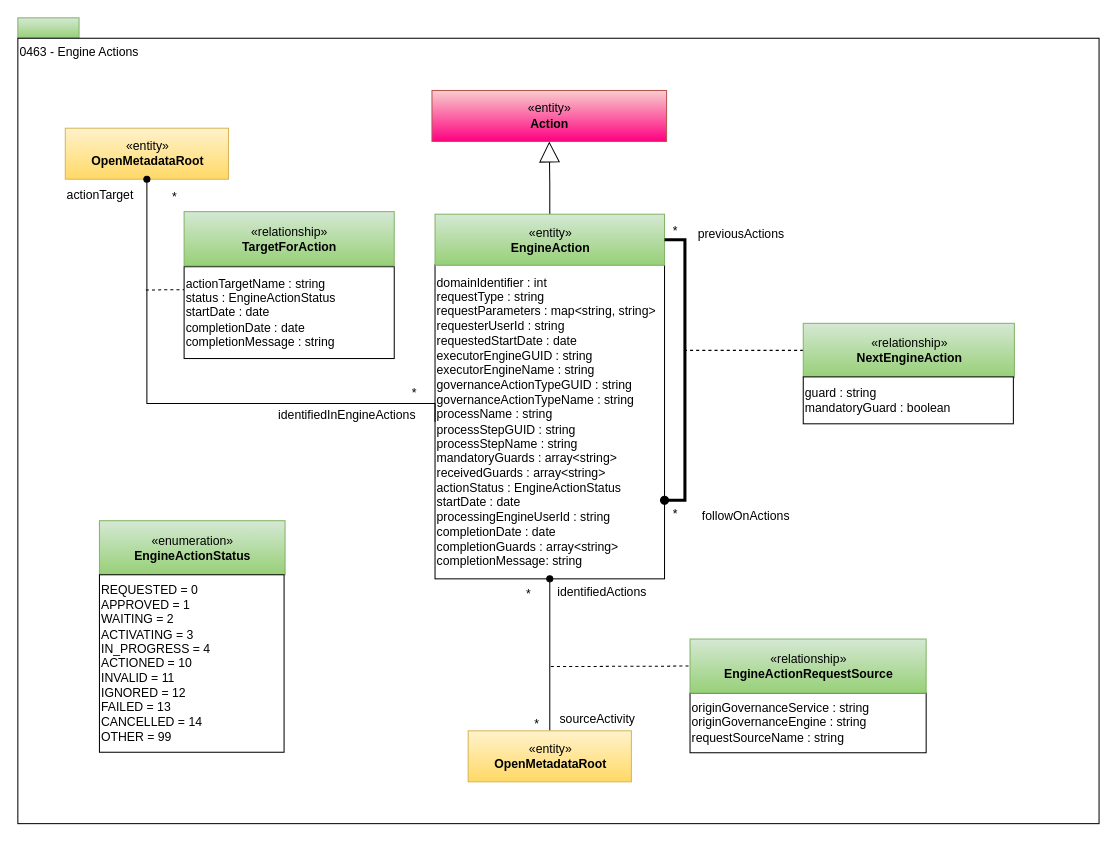
Before: page "0463-Engine-Actions" (22 of 31) of site/docs/types/4/area-4-governance.drawio in odpi/egeria-docs, a draw.io diagram. Source tidied: cells renumbered, new cells numbered last; positions are measured from the earlier drawing's top-left corner, leaving out a move shared by most shapes. Both pictures are drawn from the tidied source at 102%, with x=0, y=0 at pixel (17, 17).
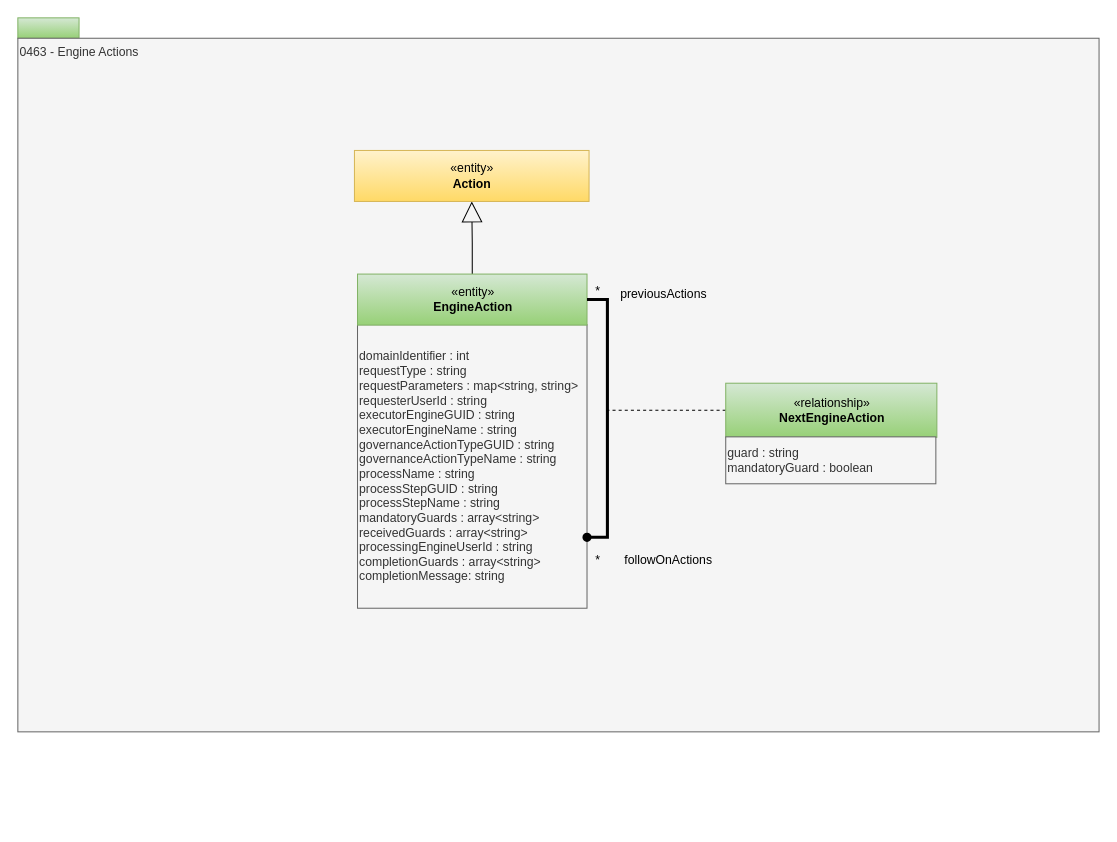
The same page after the edit.

What changed in the source:
```diff
@@
-    <mxCell id="3" value="0463 - Engine Actions" style="rounded=0;html=1;align=left;verticalAlign=top;" parent="1" vertex="1">
-      <mxGeometry y="20" width="1060" height="770" as="geometry" />
+    <mxCell id="3" value="0463 - Engine Actions" style="rounded=0;html=1;align=left;verticalAlign=top;fillColor=#f5f5f5;fontColor=#333333;strokeColor=#666666;" parent="1" vertex="1">
+      <mxGeometry y="20" width="1060" height="680" as="geometry" />
     </mxCell>
-    <mxCell id="4" value="domainIdentifier : int&lt;br&gt;requestType : string&lt;br&gt;requestParameters : map&amp;lt;string, string&amp;gt;&lt;br&gt;requesterUserId : string&lt;br&gt;requestedStartDate : date&lt;br style=&quot;border-color: var(--border-color);&quot;&gt;executorEngineGUID : string&lt;br&gt;executorEngineName : string&lt;br&gt;governanceActionTypeGUID : string&lt;br&gt;governanceActionTypeName : string&lt;br&gt;processName : string&lt;br&gt;processStepGUID : string&lt;br&gt;processStepName : string&lt;br&gt;mandatoryGuards : array&amp;lt;string&amp;gt;&lt;br&gt;receivedGuards : array&amp;lt;string&amp;gt;&lt;br&gt;&lt;span&gt;actionStatus : EngineActionStatus&lt;br&gt;&lt;/span&gt;startDate : date&lt;br&gt;processingEngineUserId : string&lt;br&gt;completionDate : date&lt;br&gt;completionGuards : array&amp;lt;string&amp;gt;&lt;br&gt;&lt;span&gt;completionMessage: string&lt;br&gt;&lt;/span&gt;" style="rounded=0;whiteSpace=wrap;html=1;strokeColor=#000000;gradientColor=#ffffff;align=left;" parent="1" vertex="1">
-      <mxGeometry x="409" y="242" width="225" height="308" as="geometry" />
+    <mxCell id="4" value="domainIdentifier : int&lt;br&gt;requestType : string&lt;br&gt;requestParameters : map&amp;lt;string, string&amp;gt;&lt;br&gt;requesterUserId : string&lt;br&gt;executorEngineGUID : string&lt;br&gt;executorEngineName : string&lt;br&gt;governanceActionTypeGUID : string&lt;br&gt;governanceActionTypeName : string&lt;br&gt;processName : string&lt;br&gt;processStepGUID : string&lt;br&gt;processStepName : string&lt;br&gt;mandatoryGuards : array&amp;lt;string&amp;gt;&lt;br&gt;receivedGuards : array&amp;lt;string&amp;gt;&lt;br&gt;processingEngineUserId : string&lt;br&gt;completionGuards : array&amp;lt;string&amp;gt;&lt;br&gt;&lt;span&gt;completionMessage: string&lt;br&gt;&lt;/span&gt;" style="rounded=0;whiteSpace=wrap;html=1;strokeColor=#666666;align=left;fillColor=#f5f5f5;fontColor=#333333;" parent="1" vertex="1">
+      <mxGeometry x="333" y="300.8" width="225" height="278" as="geometry" />
     </mxCell>
-    <mxCell id="5" style="endArrow=none;dashed=1;html=1;entryX=0;entryY=0.25;entryDx=0;entryDy=0;" parent="1" edge="1" target="7">
-      <mxGeometry relative="1" as="geometry">
-        <mxPoint x="125.5" y="266.8" as="sourcePoint" />
-      </mxGeometry>
-    </mxCell>
-    <mxCell id="6" value="*" style="text;html=1;strokeColor=none;fillColor=none;align=center;verticalAlign=middle;whiteSpace=wrap;rounded=0;" parent="1" vertex="1">
-      <mxGeometry x="369" y="358" width="40" height="20" as="geometry" />
-    </mxCell>
-    <mxCell id="7" value="actionTargetName : string&lt;br&gt;status : EngineActionStatus&lt;br&gt;startDate : date&lt;br&gt;completionDate : date&lt;br&gt;completionMessage : string" style="rounded=0;whiteSpace=wrap;html=1;strokeColor=#000000;gradientColor=#ffffff;align=left;" parent="1" vertex="1">
-      <mxGeometry x="163" y="244" width="206" height="90" as="geometry" />
-    </mxCell>
-    <mxCell id="8" value="identifiedInEngineActions" style="text;html=1;strokeColor=none;fillColor=none;align=center;verticalAlign=middle;whiteSpace=wrap;rounded=0;" parent="1" vertex="1">
-      <mxGeometry x="271" y="379.5" width="104" height="20" as="geometry" />
-    </mxCell>
-    <mxCell id="9" value="«entity»&lt;br&gt;&lt;b&gt;OpenMetadataRoot&lt;/b&gt;" style="html=1;strokeColor=#d6b656;align=center;fillColor=#fff2cc;gradientColor=#ffd966;" parent="1" vertex="1">
-      <mxGeometry x="46.5" y="108.2" width="160" height="50" as="geometry" />
-    </mxCell>
-    <mxCell id="10" value="actionTarget" style="text;html=1;strokeColor=none;fillColor=none;align=center;verticalAlign=middle;whiteSpace=wrap;rounded=0;" parent="1" vertex="1">
-      <mxGeometry x="27.5" y="164" width="106" height="20" as="geometry" />
-    </mxCell>
     <mxCell id="11" value="*" style="text;html=1;strokeColor=none;fillColor=none;align=center;verticalAlign=middle;whiteSpace=wrap;rounded=0;" parent="1" vertex="1">
-      <mxGeometry x="625" y="199" width="40" height="20" as="geometry" />
+      <mxGeometry x="549" y="257.8" width="40" height="20" as="geometry" />
     </mxCell>
     <mxCell id="12" value="*" style="text;html=1;strokeColor=none;fillColor=none;align=center;verticalAlign=middle;whiteSpace=wrap;rounded=0;" parent="1" vertex="1">
-      <mxGeometry x="625" y="477" width="40" height="20" as="geometry" />
+      <mxGeometry x="549" y="521.8" width="40" height="20" as="geometry" />
     </mxCell>
     <mxCell id="13" value="previousActions" style="text;html=1;align=left;verticalAlign=top;spacingTop=-4;" parent="1" vertex="1">
-      <mxGeometry x="665" y="202" width="100" height="20" as="geometry" />
+      <mxGeometry x="589" y="260.8" width="100" height="20" as="geometry" />
     </mxCell>
     <mxCell id="14" value="followOnActions" style="text;html=1;align=left;verticalAlign=top;spacingTop=-4;" parent="1" vertex="1">
-      <mxGeometry x="669" y="479" width="96" height="14" as="geometry" />
+      <mxGeometry x="593" y="521.8" width="96" height="14" as="geometry" />
     </mxCell>
@@
     <mxCell id="16" value="«entity»&lt;br&gt;&lt;b&gt;EngineAction&lt;/b&gt;" style="html=1;strokeColor=#82b366;align=center;fillColor=#d5e8d4;gradientColor=#97d077;" parent="1" vertex="1">
-      <mxGeometry x="409" y="192.5" width="225" height="50" as="geometry" />
+      <mxGeometry x="333" y="251.2" width="225" height="50" as="geometry" />
     </mxCell>
     <mxCell id="17" style="edgeStyle=orthogonalEdgeStyle;rounded=0;html=1;exitX=0;exitY=0.5;exitDx=0;exitDy=0;dashed=1;endArrow=none;endFill=0;jettySize=auto;" parent="1" edge="1" source="18">
       <mxGeometry relative="1" as="geometry">
-        <mxPoint x="650" y="326" as="targetPoint" />
+        <mxPoint x="574" y="384.8" as="targetPoint" />
         <Array as="points">
-          <mxPoint x="660" y="326" />
+          <mxPoint x="584" y="384.8" />
         </Array>
       </mxGeometry>
     </mxCell>
     <mxCell id="18" value="«relationship»&lt;br&gt;&lt;b&gt;NextEngineAction&lt;/b&gt;" style="html=1;strokeColor=#82b366;align=center;fillColor=#d5e8d4;gradientColor=#97d077;" parent="1" vertex="1">
-      <mxGeometry x="770" y="299.5" width="207" height="53" as="geometry" />
+      <mxGeometry x="694" y="358.2" width="207" height="53" as="geometry" />
     </mxCell>
-    <mxCell id="19" value="«relationship»&lt;br&gt;&lt;b&gt;TargetForAction&lt;/b&gt;" style="html=1;strokeColor=#82b366;align=center;fillColor=#d5e8d4;gradientColor=#97d077;" parent="1" vertex="1">
-      <mxGeometry x="163" y="190" width="206" height="53" as="geometry" />
-    </mxCell>
-    <mxCell id="20" value="«enumeration»&lt;br&gt;&lt;b&gt;EngineActionStatus&lt;/b&gt;" style="html=1;strokeColor=#82b366;align=center;fillColor=#d5e8d4;gradientColor=#97d077;" parent="1" vertex="1">
-      <mxGeometry x="80" y="493" width="182" height="53" as="geometry" />
-    </mxCell>
-    <mxCell id="21" value="REQUESTED = 0&lt;br&gt;APPROVED = 1&lt;br&gt;WAITING = 2&lt;br&gt;ACTIVATING = 3&lt;br&gt;IN_PROGRESS = 4&lt;br&gt;ACTIONED = 10&lt;br&gt;INVALID = 11&lt;br&gt;IGNORED = 12&lt;br&gt;FAILED = 13&lt;br&gt;CANCELLED = 14&lt;br&gt;OTHER = 99" style="rounded=0;whiteSpace=wrap;html=1;strokeColor=#000000;gradientColor=#ffffff;align=left;" parent="1" vertex="1">
-      <mxGeometry x="80" y="546" width="181" height="174" as="geometry" />
-    </mxCell>
-    <mxCell id="22" style="rounded=1;html=1;exitX=0.5;exitY=0;exitDx=0;exitDy=0;entryX=0.5;entryY=1;entryDx=0;entryDy=0;jettySize=auto;endArrow=oval;endFill=1;" parent="1" edge="1" source="30" target="4">
-      <mxGeometry relative="1" as="geometry" />
-    </mxCell>
-    <mxCell id="23" value="*" style="text;html=1;strokeColor=none;fillColor=none;align=center;verticalAlign=middle;whiteSpace=wrap;rounded=0;" parent="1" vertex="1">
-      <mxGeometry x="488.5" y="683" width="40" height="20" as="geometry" />
-    </mxCell>
-    <mxCell id="24" value="identifiedActions" style="text;html=1;strokeColor=none;fillColor=none;align=center;verticalAlign=middle;whiteSpace=wrap;rounded=0;" parent="1" vertex="1">
-      <mxGeometry x="521" y="553" width="104" height="20" as="geometry" />
-    </mxCell>
-    <mxCell id="25" value="sourceActivity" style="text;html=1;strokeColor=none;fillColor=none;align=center;verticalAlign=middle;whiteSpace=wrap;rounded=0;" parent="1" vertex="1">
-      <mxGeometry x="512" y="677.5" width="113" height="20" as="geometry" />
-    </mxCell>
-    <mxCell id="26" style="endArrow=none;dashed=1;html=1;entryX=0;entryY=0.5;entryDx=0;entryDy=0;" parent="1" edge="1" target="29">
-      <mxGeometry relative="1" as="geometry">
-        <mxPoint x="522.5" y="636" as="sourcePoint" />
-      </mxGeometry>
-    </mxCell>
-    <mxCell id="27" value="originGovernanceService : string&lt;br&gt;originGovernanceEngine : string&lt;br&gt;requestSourceName : string" style="rounded=0;whiteSpace=wrap;html=1;strokeColor=#000000;gradientColor=#ffffff;align=left;" parent="1" vertex="1">
-      <mxGeometry x="659" y="662" width="231.5" height="58.5" as="geometry" />
-    </mxCell>
-    <mxCell id="28" value="*" style="text;html=1;strokeColor=none;fillColor=none;align=center;verticalAlign=middle;whiteSpace=wrap;rounded=0;" parent="1" vertex="1">
-      <mxGeometry x="481" y="555" width="40" height="20" as="geometry" />
-    </mxCell>
-    <mxCell id="29" value="«relationship»&lt;br&gt;&lt;b&gt;EngineActionRequestSource&lt;/b&gt;" style="html=1;strokeColor=#82b366;align=center;fillColor=#d5e8d4;gradientColor=#97d077;" parent="1" vertex="1">
-      <mxGeometry x="659" y="609" width="231.5" height="53" as="geometry" />
-    </mxCell>
-    <mxCell id="30" value="«entity»&lt;br&gt;&lt;b&gt;OpenMetadataRoot&lt;/b&gt;" style="html=1;strokeColor=#d6b656;align=center;fillColor=#fff2cc;gradientColor=#ffd966;" parent="1" vertex="1">
-      <mxGeometry x="441.5" y="699" width="160" height="50" as="geometry" />
-    </mxCell>
-    <mxCell id="31" value="guard : string&lt;br&gt;mandatoryGuard : boolean" style="rounded=0;whiteSpace=wrap;html=1;strokeColor=#000000;gradientColor=#ffffff;align=left;" parent="1" vertex="1">
-      <mxGeometry x="770" y="352" width="206" height="46" as="geometry" />
+    <mxCell id="31" value="guard : string&lt;br&gt;mandatoryGuard : boolean" style="rounded=0;whiteSpace=wrap;html=1;strokeColor=#666666;align=left;fillColor=#f5f5f5;fontColor=#333333;" parent="1" vertex="1">
+      <mxGeometry x="694" y="410.8" width="206" height="46" as="geometry" />
     </mxCell>
-    <mxCell id="32" value="*" style="text;html=1;strokeColor=none;fillColor=none;align=center;verticalAlign=middle;whiteSpace=wrap;rounded=0;" parent="1" vertex="1">
-      <mxGeometry x="133.5" y="165.8" width="40" height="20" as="geometry" />
-    </mxCell>
@@
-    <mxCell id="34" style="endArrow=none;html=1;edgeStyle=orthogonalEdgeStyle;entryX=0;entryY=0.5;entryDx=0;entryDy=0;rounded=0;startArrow=oval;startFill=1;strokeWidth=1;exitX=0.5;exitY=1;exitDx=0;exitDy=0;" parent="1" edge="1" source="9" target="4">
-      <mxGeometry relative="1" as="geometry">
-        <Array as="points">
-          <mxPoint x="127" y="378" />
-          <mxPoint x="409" y="378" />
-        </Array>
-      </mxGeometry>
-    </mxCell>
-    <mxCell id="35" value="«entity»&lt;br&gt;&lt;b&gt;Action&lt;/b&gt;" style="html=1;strokeColor=#b85450;align=center;fillColor=#f8cecc;gradientColor=#FF0080;" parent="1" vertex="1">
-      <mxGeometry x="406" y="71.2" width="230" height="50" as="geometry" />
+    <mxCell id="35" value="«entity»&lt;br&gt;&lt;b&gt;Action&lt;/b&gt;" style="html=1;strokeColor=#d6b656;align=center;fillColor=#fff2cc;gradientColor=#ffd966;" parent="1" vertex="1">
+      <mxGeometry x="330" y="130" width="230" height="50" as="geometry" />
     </mxCell>
```
